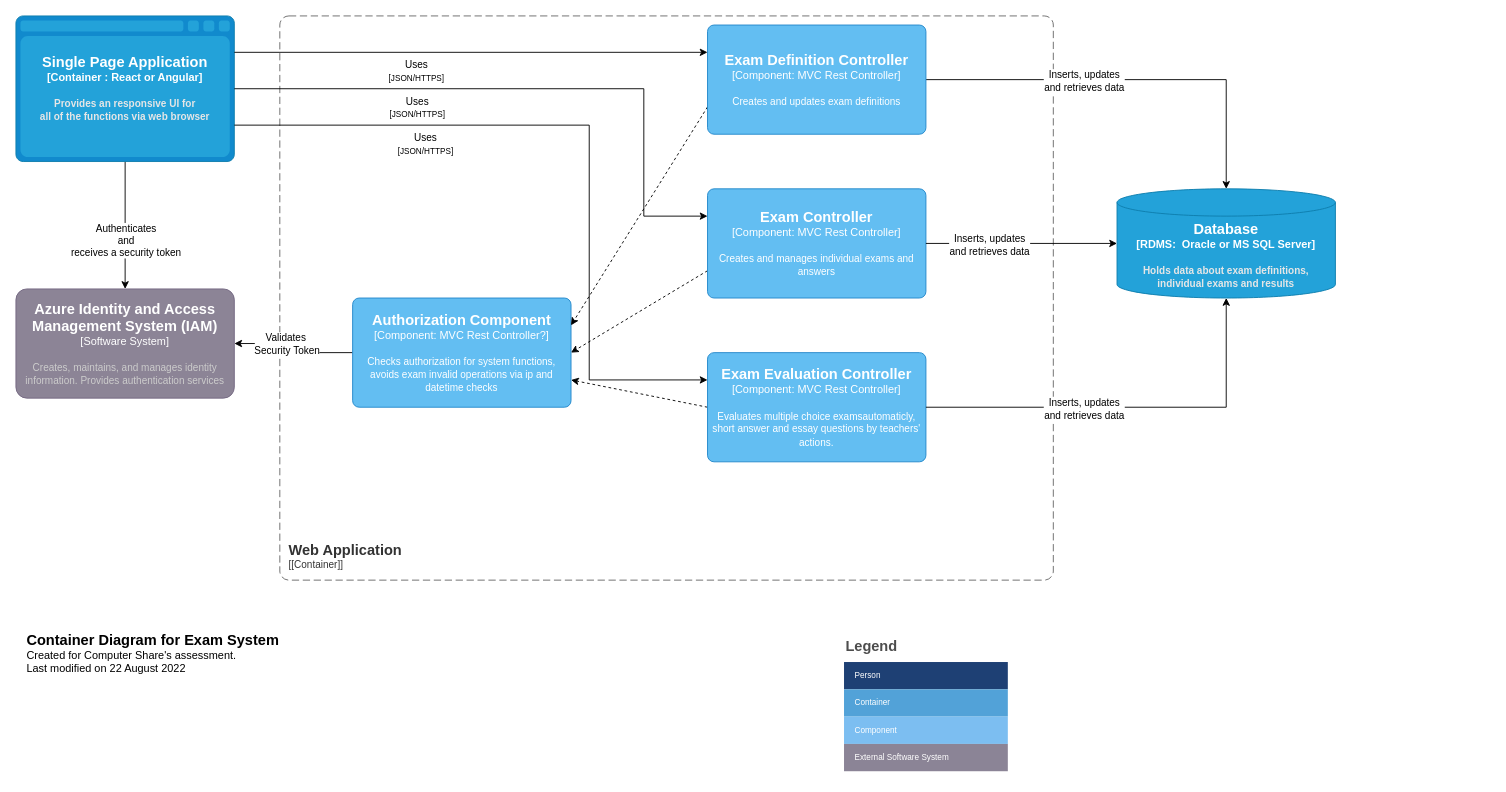
Earlier version of the draw.io diagram Make The Grade/ComponentDiagram.drawio (KubilayKara/SoftwareDesign). Source tidied: cells renumbered, new cells numbered last; positions are measured from the earlier drawing's top-left corner, leaving out a move shared by most shapes. Both pictures are drawn from the tidied source at 91%, with x=0, y=0 at pixel (15, 15).
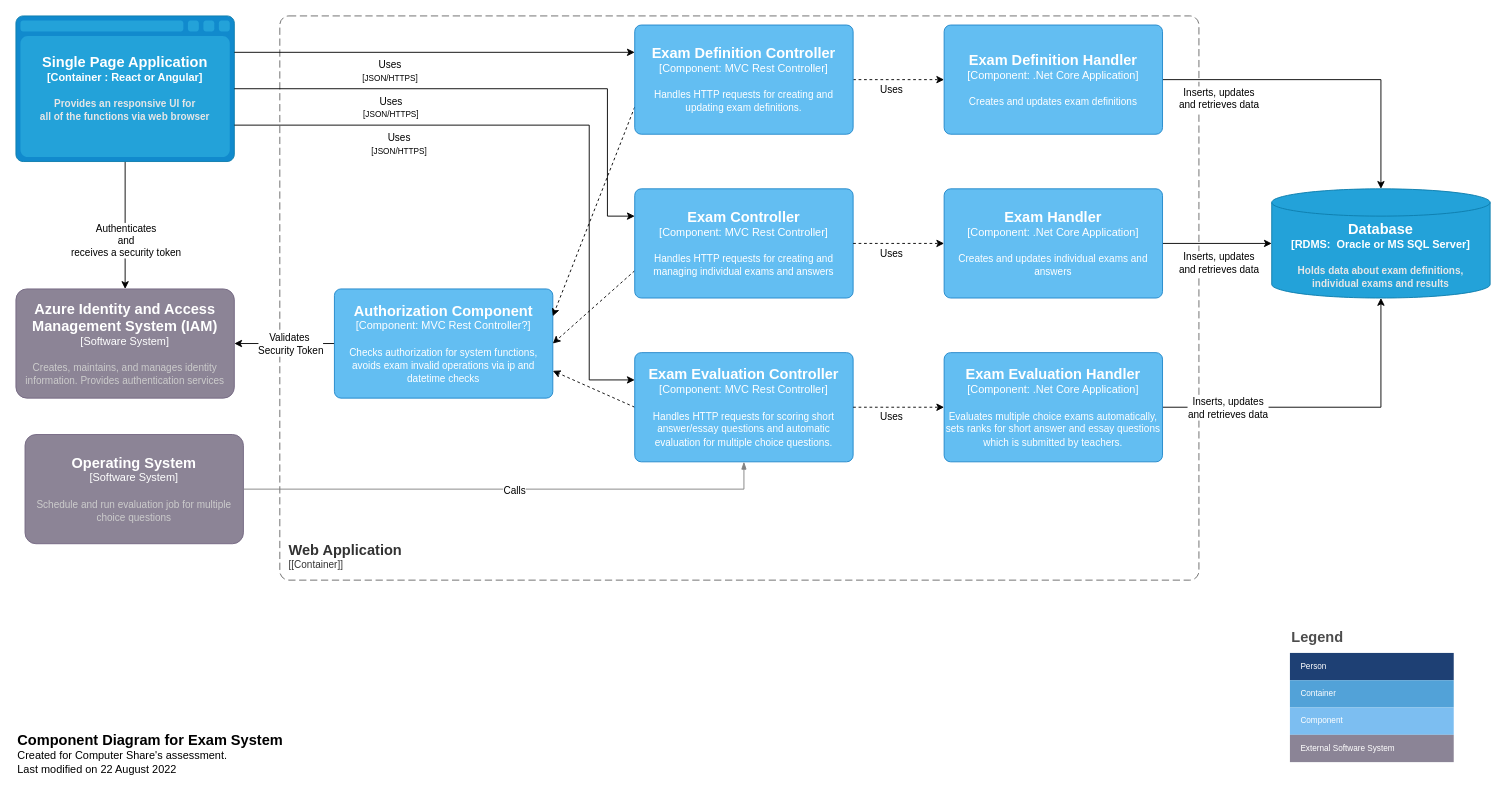
After the change.

Unchanged cells that the change refers to:
```xml
<object id="9" label="&lt;font style=&quot;font-size: 16px&quot;&gt;&lt;b&gt;%c4Type%&lt;/font&gt;&lt;div&gt;[%c4Container%:&amp;nbsp;%c4Technology%]&lt;/div&gt;&lt;br&gt;&lt;div&gt;&lt;font style=&quot;font-size: 11px&quot;&gt;&lt;font color=&quot;#E6E6E6&quot;&gt;%c4Description%&lt;/font&gt;&lt;/div&gt;" c4Container="Container " c4Description="Provides an responsive UI for&#10;all of the functions via web browser" c4Technology="React or Angular" c4Type="Single Page Application" placeholders="1">
  <mxCell style="shape=mxgraph.c4.webBrowserContainer;whiteSpace=wrap;html=1;boundedLbl=1;rounded=0;labelBackgroundColor=none;fillColor=#118ACD;fontSize=12;fontColor=#ffffff;align=center;strokeColor=#0E7DAD;points=[[0.5,0,0],[1,0.25,0],[1,0.5,0],[1,0.75,0],[0.5,1,0],[0,0.75,0],[0,0.5,0],[0,0.25,0]];" parent="1" vertex="1">
    <mxGeometry width="240" height="160" as="geometry" />
  </mxCell>
</object>
<mxCell id="10" style="edgeStyle=orthogonalEdgeStyle;rounded=0;jettySize=auto;html=1;exitX=0;exitY=0.5;exitDx=0;exitDy=0;exitPerimeter=0;entryX=1;entryY=0.5;entryDx=0;entryDy=0;entryPerimeter=0;" parent="1" edge="1" source="19" target="8">
  <mxGeometry relative="1" as="geometry" />
</mxCell>
```

Diff of the diagram source:
```diff
@@
     <object id="2" label="&lt;font style=&quot;font-size: 16px&quot;&gt;&lt;b&gt;&lt;div style=&quot;text-align: left&quot;&gt;%c4Name%&lt;/div&gt;&lt;/b&gt;&lt;/font&gt;&lt;div style=&quot;text-align: left&quot;&gt;[%c4Application%]&lt;/div&gt;" c4Application="[Container]" c4Name="Web Application" placeholders="1">
       <mxCell style="rounded=1;fontSize=11;whiteSpace=wrap;html=1;dashed=1;arcSize=20;fillColor=none;strokeColor=#666666;fontColor=#333333;labelBackgroundColor=none;align=left;verticalAlign=bottom;labelBorderColor=none;spacingTop=0;spacing=10;dashPattern=8 4;perimeter=rectanglePerimeter;noLabel=0;labelPadding=0;absoluteArcSize=1;" parent="1" vertex="1">
-        <mxGeometry x="290" width="850" height="620" as="geometry" />
+        <mxGeometry x="290" width="1010" height="620" as="geometry" />
       </mxCell>
     </object>
-    <mxCell id="3" style="edgeStyle=orthogonalEdgeStyle;rounded=0;jettySize=auto;html=1;exitX=1;exitY=0.5;exitDx=0;exitDy=0;exitPerimeter=0;entryX=0.5;entryY=0;entryDx=0;entryDy=0;entryPerimeter=0;" parent="1" edge="1" source="21" target="7">
+    <mxCell id="3" style="edgeStyle=orthogonalEdgeStyle;rounded=0;jettySize=auto;html=1;exitX=1;exitY=0.5;exitDx=0;exitDy=0;exitPerimeter=0;entryX=0.5;entryY=0;entryDx=0;entryDy=0;entryPerimeter=0;" parent="1" edge="1" source="38" target="7">
       <mxGeometry relative="1" as="geometry" />
     </mxCell>
     <mxCell id="4" value="Inserts, updates&lt;br&gt;and retrieves data" style="edgeLabel;html=1;align=center;verticalAlign=middle;" parent="3" vertex="1">
       <mxGeometry x="-0.14" y="-1" relative="1" as="geometry">
-        <mxPoint x="-21" as="offset" />
+        <mxPoint x="-94" y="19" as="offset" />
       </mxGeometry>
     </mxCell>
@@
     <object id="7" label="&lt;font style=&quot;font-size: 16px&quot;&gt;&lt;b&gt;%c4Type%&lt;/font&gt;&lt;div&gt;[%c4Container%:&amp;nbsp;%c4Technology%]&lt;/div&gt;&lt;br&gt;&lt;div&gt;&lt;font style=&quot;font-size: 11px&quot;&gt;&lt;font color=&quot;#E6E6E6&quot;&gt;%c4Description%&lt;/font&gt;&lt;/div&gt;" c4Container="RDMS" c4Description="Holds data about exam definitions,&#10;individual exams and results" c4Technology=" Oracle or MS SQL Server" c4Type="Database" placeholders="1">
       <mxCell style="shape=cylinder3;size=15;whiteSpace=wrap;html=1;boundedLbl=1;rounded=0;labelBackgroundColor=none;fillColor=#23A2D9;fontSize=12;fontColor=#ffffff;align=center;strokeColor=#0E7DAD;points=[[0.5,0,0],[1,0.25,0],[1,0.5,0],[1,0.75,0],[0.5,1,0],[0,0.75,0],[0,0.5,0],[0,0.25,0]];" parent="1" vertex="1">
-        <mxGeometry x="1210" y="190" width="240" height="120" as="geometry" />
+        <mxGeometry x="1380" y="190" width="240" height="120" as="geometry" />
       </mxCell>
     </object>
@@
     <mxCell id="11" value="Validates&amp;nbsp;&lt;br&gt;Security Token" style="edgeLabel;html=1;align=center;verticalAlign=middle;" parent="10" vertex="1">
-      <mxGeometry x="0.19" relative="1" as="geometry" />
+      <mxGeometry x="0.19" relative="1" as="geometry">
+        <mxPoint x="16" as="offset" />
+      </mxGeometry>
     </mxCell>
-    <object id="12" label="&lt;font style=&quot;font-size: 16px&quot;&gt;&lt;b&gt;&lt;div style=&quot;text-align: left&quot;&gt;%c4Name%&lt;/div&gt;&lt;/b&gt;&lt;/font&gt;&lt;div style=&quot;text-align: left&quot;&gt;%c4Description%&lt;/div&gt;" c4Description="Created for Computer Share's assessment.&#10;Last modified on 22 August 2022" c4Name="Container Diagram for Exam System" placeholders="1">
+    <object id="12" label="&lt;font style=&quot;font-size: 16px&quot;&gt;&lt;b&gt;&lt;div style=&quot;text-align: left&quot;&gt;%c4Name%&lt;/div&gt;&lt;/b&gt;&lt;/font&gt;&lt;div style=&quot;text-align: left&quot;&gt;%c4Description%&lt;/div&gt;" c4Description="Created for Computer Share's assessment.&#10;Last modified on 22 August 2022" c4Name="Component Diagram for Exam System" placeholders="1">
       <mxCell style="text;html=1;strokeColor=none;fillColor=none;align=left;verticalAlign=top;whiteSpace=wrap;rounded=0;" parent="1" vertex="1">
-        <mxGeometry x="10" y="670" width="330" height="40" as="geometry" />
+        <mxGeometry y="780" width="330" height="40" as="geometry" />
       </mxCell>
     </object>
     <mxCell id="13" value="Legend" style="align=left;fontSize=16;fontStyle=1;strokeColor=none;fillColor=none;fontColor=#4D4D4D;spacingTop=-8;" parent="1" vertex="1">
-      <mxGeometry x="910" y="680" width="180" height="30" as="geometry" />
+      <mxGeometry x="1400" y="670" width="180" height="30" as="geometry" />
     </mxCell>
     <mxCell id="14" style="shape=table;html=1;whiteSpace=wrap;startSize=0;childLayout=tableLayout;fillColor=none;align=left;spacingLeft=10;strokeColor=none;rounded=1;arcSize=11;fontColor=#FFFFFF;fontSize=9;" parent="1" vertex="1">
-      <mxGeometry x="910" y="710" width="180" height="120" as="geometry" />
+      <mxGeometry x="1400" y="700" width="180" height="120" as="geometry" />
     </mxCell>
@@
     <object id="19" label="&lt;font style=&quot;font-size: 16px&quot;&gt;&lt;b&gt;%c4Name%&lt;/b&gt;&lt;/font&gt;&lt;div&gt;[%c4Type%: %c4Technology%]&lt;/div&gt;&lt;br&gt;&lt;div&gt;&lt;font style=&quot;font-size: 11px&quot;&gt;%c4Description%&lt;/font&gt;&lt;/div&gt;" c4Description="Checks authorization for system functions, avoids exam invalid operations via ip and datetime checks" c4Name="Authorization Component" c4Technology="MVC Rest Controller?" c4Type="Component" placeholders="1">
       <mxCell style="rounded=1;whiteSpace=wrap;html=1;labelBackgroundColor=none;fillColor=#63BEF2;fontColor=#ffffff;align=center;arcSize=6;strokeColor=#2086C9;points=[[0.25,0,0],[0.5,0,0],[0.75,0,0],[1,0.25,0],[1,0.5,0],[1,0.75,0],[0.75,1,0],[0.5,1,0],[0.25,1,0],[0,0.75,0],[0,0.5,0],[0,0.25,0]];" parent="1" vertex="1">
-        <mxGeometry x="370" y="310" width="240" height="120" as="geometry" />
+        <mxGeometry x="350" y="300" width="240" height="120" as="geometry" />
       </mxCell>
     </object>
@@
+    <mxCell id="36" style="edgeStyle=none;rounded=0;jettySize=auto;html=1;exitX=1;exitY=0.5;exitDx=0;exitDy=0;exitPerimeter=0;entryX=0;entryY=0.5;entryDx=0;entryDy=0;entryPerimeter=0;dashed=1;" parent="1" edge="1" source="21" target="38">
+      <mxGeometry relative="1" as="geometry" />
+    </mxCell>
+    <mxCell id="37" value="Uses" style="edgeLabel;html=1;align=center;verticalAlign=middle;" parent="36" vertex="1">
+      <mxGeometry x="-0.36" relative="1" as="geometry">
+        <mxPoint x="9" y="10" as="offset" />
+      </mxGeometry>
+    </mxCell>
-    <object id="21" label="&lt;font style=&quot;font-size: 16px&quot;&gt;&lt;b&gt;%c4Name%&lt;/b&gt;&lt;/font&gt;&lt;div&gt;[%c4Type%: %c4Technology%]&lt;/div&gt;&lt;br&gt;&lt;div&gt;&lt;font style=&quot;font-size: 11px&quot;&gt;%c4Description%&lt;/font&gt;&lt;/div&gt;" c4Description="Creates and updates exam definitions" c4Name="Exam Definition Controller" c4Technology="MVC Rest Controller" c4Type="Component" placeholders="1">
+    <object id="21" label="&lt;font style=&quot;font-size: 16px&quot;&gt;&lt;b&gt;%c4Name%&lt;/b&gt;&lt;/font&gt;&lt;div&gt;[%c4Type%: %c4Technology%]&lt;/div&gt;&lt;br&gt;&lt;div&gt;&lt;font style=&quot;font-size: 11px&quot;&gt;%c4Description%&lt;/font&gt;&lt;/div&gt;" c4Description="Handles HTTP requests for creating and updating exam definitions." c4Name="Exam Definition Controller" c4Technology="MVC Rest Controller" c4Type="Component" placeholders="1">
       <mxCell style="rounded=1;whiteSpace=wrap;html=1;labelBackgroundColor=none;fillColor=#63BEF2;fontColor=#ffffff;align=center;arcSize=6;strokeColor=#2086C9;points=[[0.25,0,0],[0.5,0,0],[0.75,0,0],[1,0.25,0],[1,0.5,0],[1,0.75,0],[0.75,1,0],[0.5,1,0],[0.25,1,0],[0,0.75,0],[0,0.5,0],[0,0.25,0]];" parent="1" vertex="1">
-        <mxGeometry x="760" y="10" width="240" height="120" as="geometry" />
+        <mxGeometry x="680" y="10" width="240" height="120" as="geometry" />
       </mxCell>
     </object>
@@
-    <object id="23" label="&lt;font style=&quot;font-size: 16px&quot;&gt;&lt;b&gt;%c4Name%&lt;/b&gt;&lt;/font&gt;&lt;div&gt;[%c4Type%: %c4Technology%]&lt;/div&gt;&lt;br&gt;&lt;div&gt;&lt;font style=&quot;font-size: 11px&quot;&gt;%c4Description%&lt;/font&gt;&lt;/div&gt;" c4Description="Creates and manages individual exams and answers" c4Name="Exam Controller" c4Technology="MVC Rest Controller" c4Type="Component" placeholders="1">
+    <object id="23" label="&lt;font style=&quot;font-size: 16px&quot;&gt;&lt;b&gt;%c4Name%&lt;/b&gt;&lt;/font&gt;&lt;div&gt;[%c4Type%: %c4Technology%]&lt;/div&gt;&lt;br&gt;&lt;div&gt;&lt;font style=&quot;font-size: 11px&quot;&gt;%c4Description%&lt;/font&gt;&lt;/div&gt;" c4Description="Handles HTTP requests for creating and managing individual exams and answers" c4Name="Exam Controller" c4Technology="MVC Rest Controller" c4Type="Component" placeholders="1">
       <mxCell style="rounded=1;whiteSpace=wrap;html=1;labelBackgroundColor=none;fillColor=#63BEF2;fontColor=#ffffff;align=center;arcSize=6;strokeColor=#2086C9;points=[[0.25,0,0],[0.5,0,0],[0.75,0,0],[1,0.25,0],[1,0.5,0],[1,0.75,0],[0.75,1,0],[0.5,1,0],[0.25,1,0],[0,0.75,0],[0,0.5,0],[0,0.25,0]];" parent="1" vertex="1">
-        <mxGeometry x="760" y="190" width="240" height="120" as="geometry" />
+        <mxGeometry x="680" y="190" width="240" height="120" as="geometry" />
       </mxCell>
     </object>
@@
-    <object id="25" label="&lt;font style=&quot;font-size: 16px&quot;&gt;&lt;b&gt;%c4Name%&lt;/b&gt;&lt;/font&gt;&lt;div&gt;[%c4Type%: %c4Technology%]&lt;/div&gt;&lt;br&gt;&lt;div&gt;&lt;font style=&quot;font-size: 11px&quot;&gt;%c4Description%&lt;/font&gt;&lt;/div&gt;" c4Description="Evaluates multiple choice examsautomaticly,&#10;short answer and essay questions by teachers' actions." c4Name="Exam Evaluation Controller" c4Technology="MVC Rest Controller" c4Type="Component" placeholders="1">
+    <object id="25" label="&lt;font style=&quot;font-size: 16px&quot;&gt;&lt;b&gt;%c4Name%&lt;/b&gt;&lt;/font&gt;&lt;div&gt;[%c4Type%: %c4Technology%]&lt;/div&gt;&lt;br&gt;&lt;div&gt;&lt;font style=&quot;font-size: 11px&quot;&gt;%c4Description%&lt;/font&gt;&lt;/div&gt;" c4Description="Handles HTTP requests for scoring short answer/essay questions and automatic evaluation for multiple choice questions." c4Name="Exam Evaluation Controller" c4Technology="MVC Rest Controller" c4Type="Component" placeholders="1">
       <mxCell style="rounded=1;whiteSpace=wrap;html=1;labelBackgroundColor=none;fillColor=#63BEF2;fontColor=#ffffff;align=center;arcSize=6;strokeColor=#2086C9;points=[[0.25,0,0],[0.5,0,0],[0.75,0,0],[1,0.25,0],[1,0.5,0],[1,0.75,0],[0.75,1,0],[0.5,1,0],[0.25,1,0],[0,0.75,0],[0,0.5,0],[0,0.25,0]];" parent="1" vertex="1">
-        <mxGeometry x="760" y="370" width="240" height="120" as="geometry" />
+        <mxGeometry x="680" y="370" width="240" height="120" as="geometry" />
       </mxCell>
     </object>
-    <mxCell id="26" style="edgeStyle=orthogonalEdgeStyle;rounded=0;jettySize=auto;html=1;exitX=1;exitY=0.5;exitDx=0;exitDy=0;exitPerimeter=0;entryX=0;entryY=0.5;entryDx=0;entryDy=0;entryPerimeter=0;" parent="1" edge="1" source="23" target="7">
+    <mxCell id="26" style="edgeStyle=orthogonalEdgeStyle;rounded=0;jettySize=auto;html=1;exitX=1;exitY=0.5;exitDx=0;exitDy=0;exitPerimeter=0;entryX=0;entryY=0.5;entryDx=0;entryDy=0;entryPerimeter=0;" parent="1" edge="1" source="39" target="7">
       <mxGeometry relative="1" as="geometry" />
     </mxCell>
     <mxCell id="27" value="Inserts, updates&lt;br&gt;and retrieves data" style="edgeLabel;html=1;align=center;verticalAlign=middle;" parent="26" vertex="1">
       <mxGeometry x="-0.14" y="-1" relative="1" as="geometry">
-        <mxPoint x="-21" as="offset" />
+        <mxPoint x="9" y="20" as="offset" />
       </mxGeometry>
     </mxCell>
-    <mxCell id="28" style="edgeStyle=orthogonalEdgeStyle;rounded=0;jettySize=auto;html=1;exitX=1;exitY=0.5;exitDx=0;exitDy=0;exitPerimeter=0;entryX=0.5;entryY=1;entryDx=0;entryDy=0;entryPerimeter=0;" parent="1" edge="1" source="25" target="7">
+    <mxCell id="28" style="edgeStyle=orthogonalEdgeStyle;rounded=0;jettySize=auto;html=1;exitX=1;exitY=0.5;exitDx=0;exitDy=0;exitPerimeter=0;entryX=0.5;entryY=1;entryDx=0;entryDy=0;entryPerimeter=0;" parent="1" edge="1" source="40" target="7">
       <mxGeometry relative="1" as="geometry" />
     </mxCell>
     <mxCell id="29" value="Inserts, updates&lt;br&gt;and retrieves data" style="edgeLabel;html=1;align=center;verticalAlign=middle;" parent="28" vertex="1">
       <mxGeometry x="-0.14" y="-1" relative="1" as="geometry">
-        <mxPoint x="-21" as="offset" />
+        <mxPoint x="-84" y="-1" as="offset" />
       </mxGeometry>
     </mxCell>
@@
     <mxCell id="32" style="edgeStyle=orthogonalEdgeStyle;rounded=0;jettySize=auto;html=1;exitX=1;exitY=0.5;exitDx=0;exitDy=0;exitPerimeter=0;entryX=0;entryY=0.25;entryDx=0;entryDy=0;entryPerimeter=0;" parent="1" edge="1" source="9" target="23">
       <mxGeometry relative="1" as="geometry">
         <Array as="points">
-          <mxPoint x="690" y="80" />
-          <mxPoint x="690" y="220" />
+          <mxPoint x="650" y="80" />
+          <mxPoint x="650" y="220" />
         </Array>
       </mxGeometry>
     </mxCell>
@@
+    <object id="38" label="&lt;font style=&quot;font-size: 16px&quot;&gt;&lt;b&gt;%c4Name%&lt;/b&gt;&lt;/font&gt;&lt;div&gt;[%c4Type%: %c4Technology%]&lt;/div&gt;&lt;br&gt;&lt;div&gt;&lt;font style=&quot;font-size: 11px&quot;&gt;%c4Description%&lt;/font&gt;&lt;/div&gt;" c4Description="Creates and updates exam definitions" c4Name="Exam Definition Handler" c4Technology=".Net Core Application" c4Type="Component" placeholders="1">
+      <mxCell style="rounded=1;whiteSpace=wrap;html=1;labelBackgroundColor=none;fillColor=#63BEF2;fontColor=#ffffff;align=center;arcSize=6;strokeColor=#2086C9;points=[[0.25,0,0],[0.5,0,0],[0.75,0,0],[1,0.25,0],[1,0.5,0],[1,0.75,0],[0.75,1,0],[0.5,1,0],[0.25,1,0],[0,0.75,0],[0,0.5,0],[0,0.25,0]];" parent="1" vertex="1">
+        <mxGeometry x="1020" y="10" width="240" height="120" as="geometry" />
+      </mxCell>
+    </object>
+    <object id="39" label="&lt;font style=&quot;font-size: 16px&quot;&gt;&lt;b&gt;%c4Name%&lt;/b&gt;&lt;/font&gt;&lt;div&gt;[%c4Type%: %c4Technology%]&lt;/div&gt;&lt;br&gt;&lt;div&gt;&lt;font style=&quot;font-size: 11px&quot;&gt;%c4Description%&lt;/font&gt;&lt;/div&gt;" c4Description="Creates and updates individual exams and answers" c4Name="Exam Handler" c4Technology=".Net Core Application" c4Type="Component" placeholders="1">
+      <mxCell style="rounded=1;whiteSpace=wrap;html=1;labelBackgroundColor=none;fillColor=#63BEF2;fontColor=#ffffff;align=center;arcSize=6;strokeColor=#2086C9;points=[[0.25,0,0],[0.5,0,0],[0.75,0,0],[1,0.25,0],[1,0.5,0],[1,0.75,0],[0.75,1,0],[0.5,1,0],[0.25,1,0],[0,0.75,0],[0,0.5,0],[0,0.25,0]];" parent="1" vertex="1">
+        <mxGeometry x="1020" y="190" width="240" height="120" as="geometry" />
+      </mxCell>
+    </object>
+    <object id="40" label="&lt;font style=&quot;font-size: 16px&quot;&gt;&lt;b&gt;%c4Name%&lt;/b&gt;&lt;/font&gt;&lt;div&gt;[%c4Type%: %c4Technology%]&lt;/div&gt;&lt;br&gt;&lt;div&gt;&lt;font style=&quot;font-size: 11px&quot;&gt;%c4Description%&lt;/font&gt;&lt;/div&gt;" c4Description="Evaluates multiple choice exams automatically,&#10;sets ranks for short answer and essay questions which is submitted by teachers." c4Name="Exam Evaluation Handler" c4Technology=".Net Core Application" c4Type="Component" placeholders="1">
+      <mxCell style="rounded=1;whiteSpace=wrap;html=1;labelBackgroundColor=none;fillColor=#63BEF2;fontColor=#ffffff;align=center;arcSize=6;strokeColor=#2086C9;points=[[0.25,0,0],[0.5,0,0],[0.75,0,0],[1,0.25,0],[1,0.5,0],[1,0.75,0],[0.75,1,0],[0.5,1,0],[0.25,1,0],[0,0.75,0],[0,0.5,0],[0,0.25,0]];" parent="1" vertex="1">
+        <mxGeometry x="1020" y="370" width="240" height="120" as="geometry" />
+      </mxCell>
+    </object>
+    <mxCell id="41" style="edgeStyle=none;rounded=0;jettySize=auto;html=1;dashed=1;" parent="1" edge="1" source="23" target="39">
+      <mxGeometry relative="1" as="geometry" />
+    </mxCell>
+    <mxCell id="42" value="Uses" style="edgeLabel;html=1;align=center;verticalAlign=middle;" parent="41" vertex="1">
+      <mxGeometry x="-0.36" relative="1" as="geometry">
+        <mxPoint x="9" y="10" as="offset" />
+      </mxGeometry>
+    </mxCell>
+    <mxCell id="43" style="edgeStyle=none;rounded=0;jettySize=auto;html=1;exitX=1;exitY=0.5;exitDx=0;exitDy=0;exitPerimeter=0;entryX=0;entryY=0.5;entryDx=0;entryDy=0;entryPerimeter=0;dashed=1;" parent="1" edge="1" source="25" target="40">
+      <mxGeometry relative="1" as="geometry" />
+    </mxCell>
+    <mxCell id="44" value="Uses" style="edgeLabel;html=1;align=center;verticalAlign=middle;" parent="43" vertex="1">
+      <mxGeometry x="-0.36" relative="1" as="geometry">
+        <mxPoint x="9" y="10" as="offset" />
+      </mxGeometry>
+    </mxCell>
+    <object id="45" label="&lt;font style=&quot;font-size: 16px&quot;&gt;&lt;b&gt;%c4Name%&lt;/b&gt;&lt;/font&gt;&lt;div&gt;[%c4Type%]&lt;/div&gt;&lt;br&gt;&lt;div&gt;&lt;font style=&quot;font-size: 11px&quot;&gt;&lt;font color=&quot;#cccccc&quot;&gt;%c4Description%&lt;/font&gt;&lt;/div&gt;" c4Description="Schedule and run evaluation job for multiple choice questions" c4Name="Operating System" c4Type="Software System" placeholders="1">
+      <mxCell style="rounded=1;whiteSpace=wrap;html=1;labelBackgroundColor=none;fillColor=#8C8496;fontColor=#ffffff;align=center;arcSize=10;strokeColor=#736782;points=[[0.25,0,0],[0.5,0,0],[0.75,0,0],[1,0.25,0],[1,0.5,0],[1,0.75,0],[0.75,1,0],[0.5,1,0],[0.25,1,0],[0,0.75,0],[0,0.5,0],[0,0.25,0]];" parent="1" vertex="1">
+        <mxGeometry x="10" y="460" width="240" height="120" as="geometry" />
+      </mxCell>
+    </object>
+    <mxCell id="46" style="endArrow=blockThin;html=1;fontSize=10;fontColor=#404040;strokeWidth=1;endFill=1;strokeColor=#828282;elbow=vertical;jumpStyle=arc;jumpSize=16;rounded=0;edgeStyle=orthogonalEdgeStyle;exitX=1;exitY=0.5;exitDx=0;exitDy=0;exitPerimeter=0;entryX=0.5;entryY=1;entryDx=0;entryDy=0;entryPerimeter=0;" parent="1" edge="1" source="45" target="25">
+      <mxGeometry relative="1" as="geometry">
+        <Array as="points">
+          <mxPoint x="800" y="520" />
+        </Array>
+      </mxGeometry>
+    </mxCell>
+    <mxCell id="47" value="Calls" style="edgeLabel;html=1;align=center;verticalAlign=middle;" parent="46" vertex="1">
+      <mxGeometry x="0.02" y="-1" relative="1" as="geometry">
+        <mxPoint x="1" as="offset" />
+      </mxGeometry>
+    </mxCell>
```
